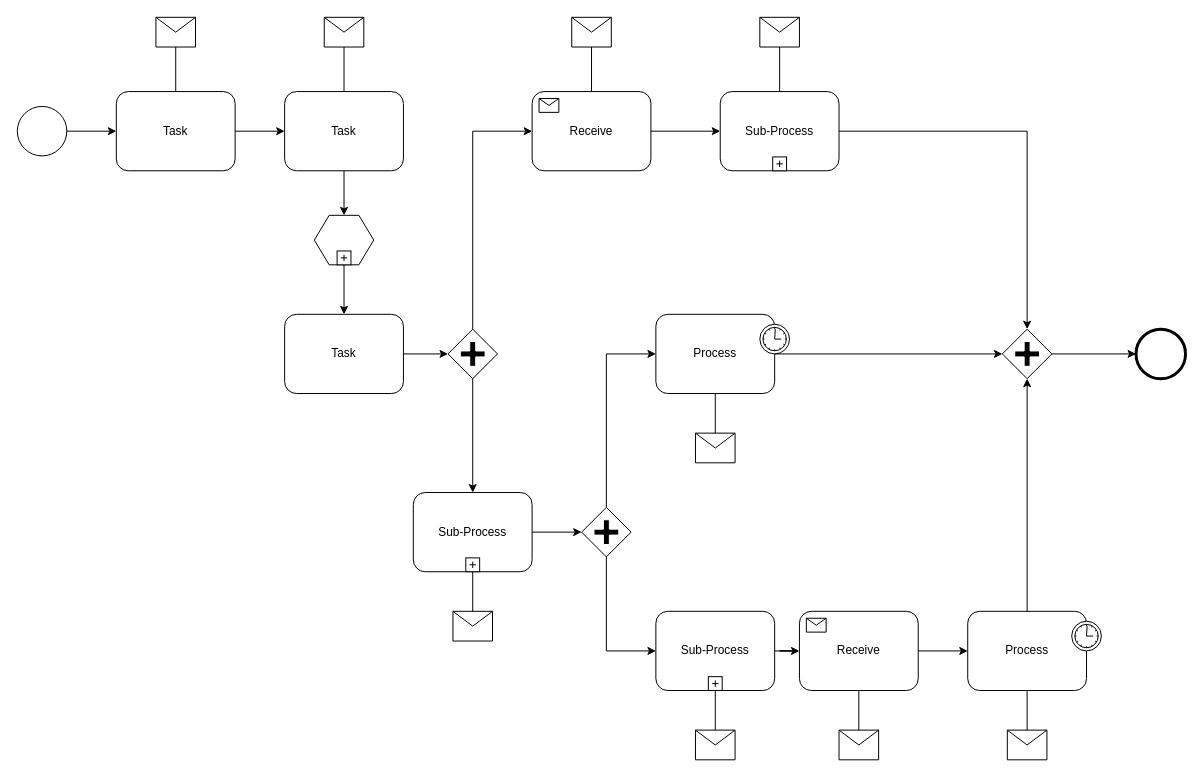
This is Untitled Diagram.drawio from alfredoap/draw.io, a draw.io file, before an edit. Source tidied: cells renumbered, new cells numbered last; positions are measured from the earlier drawing's top-left corner, leaving out a move shared by most shapes. Both pictures are drawn from the tidied source at 99%, with x=0, y=0 at pixel (17, 17).
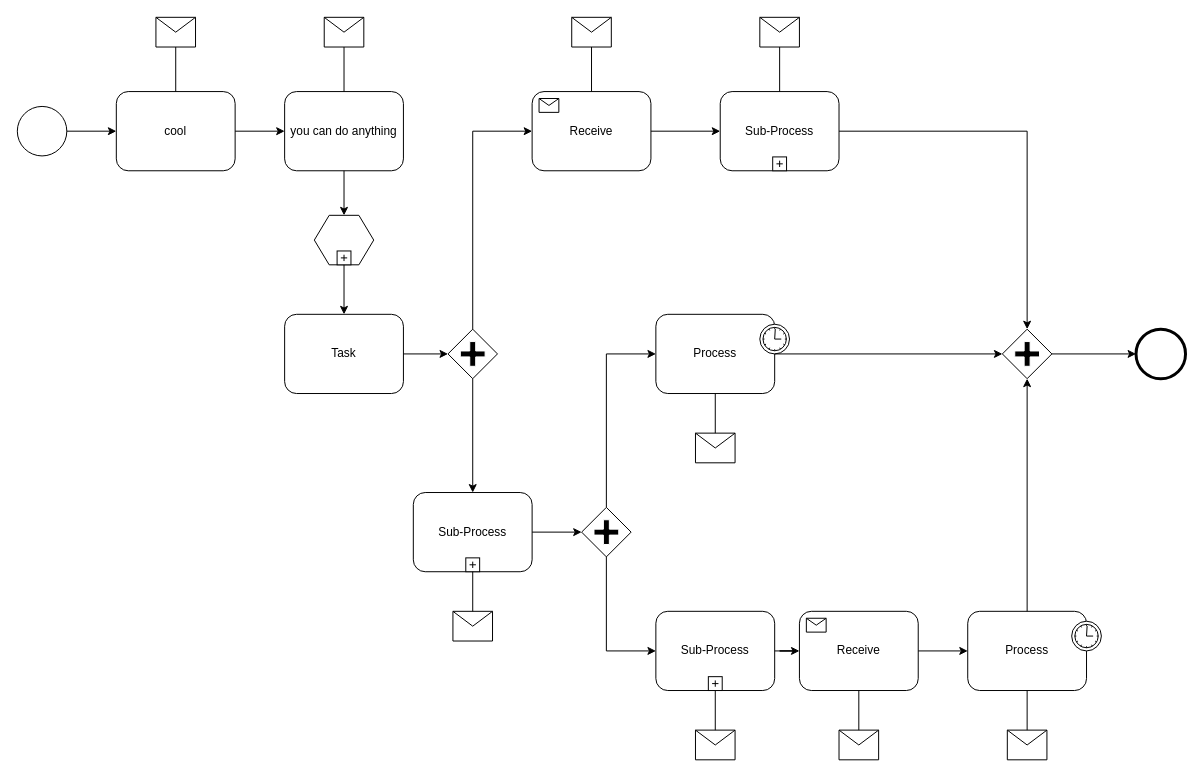
The same page after the edit.

What changed in the source:
```diff
@@
-    <mxCell id="3" value="Task" style="shape=ext;rounded=1;html=1;whiteSpace=wrap;" parent="1" vertex="1">
+    <mxCell id="3" value="cool" style="shape=ext;rounded=1;html=1;whiteSpace=wrap;" parent="1" vertex="1">
       <mxGeometry x="100" y="75" width="120" height="80" as="geometry" />
     </mxCell>
-    <mxCell id="4" value="Task" style="shape=ext;rounded=1;html=1;whiteSpace=wrap;" parent="1" vertex="1">
+    <mxCell id="4" value="you can do anything" style="shape=ext;rounded=1;html=1;whiteSpace=wrap;" parent="1" vertex="1">
       <mxGeometry x="270" y="75" width="120" height="80" as="geometry" />
     </mxCell>
```
